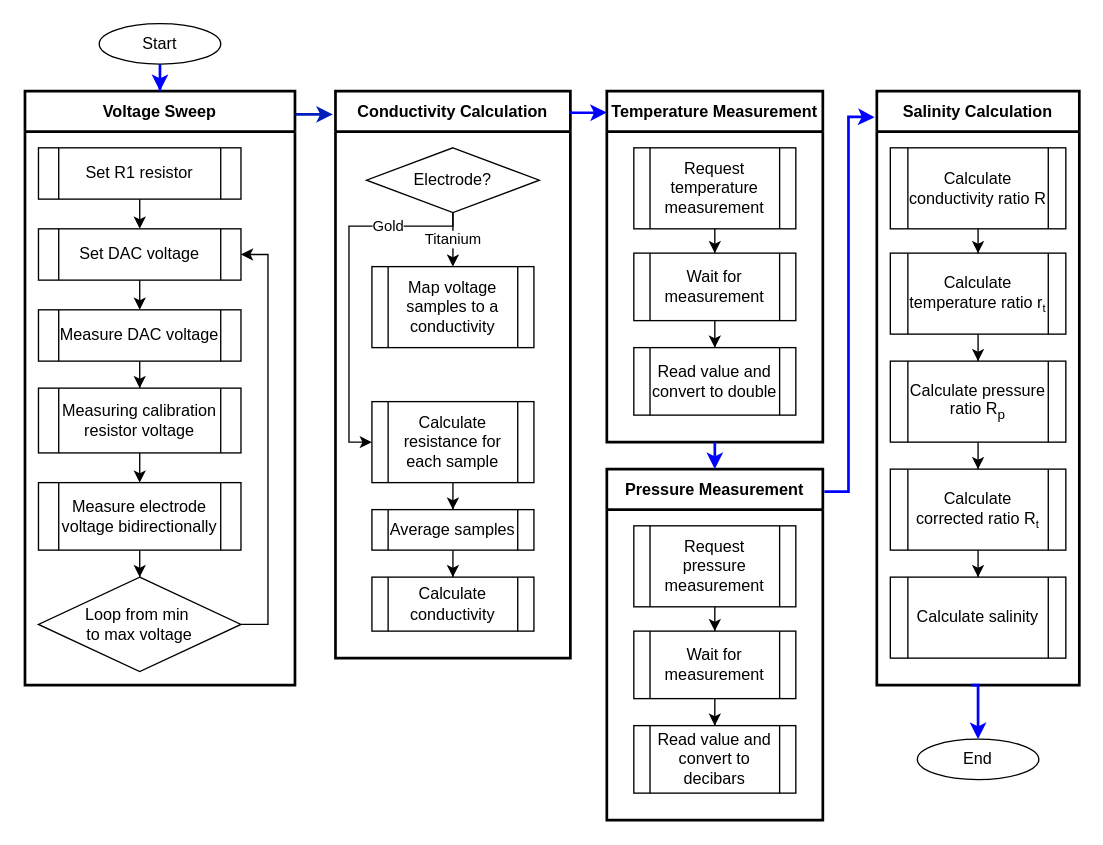
Earlier version of the draw.io diagram Report Helper Documents/probe_salinity.drawio (Carciax/EEE4022S_Salinity_JCP24-03). Source tidied: cells renumbered, new cells numbered last; positions are measured from the earlier drawing's top-left corner, leaving out a move shared by most shapes. Both pictures are drawn from the tidied source at 135%, with x=0, y=0 at pixel (24, 23).
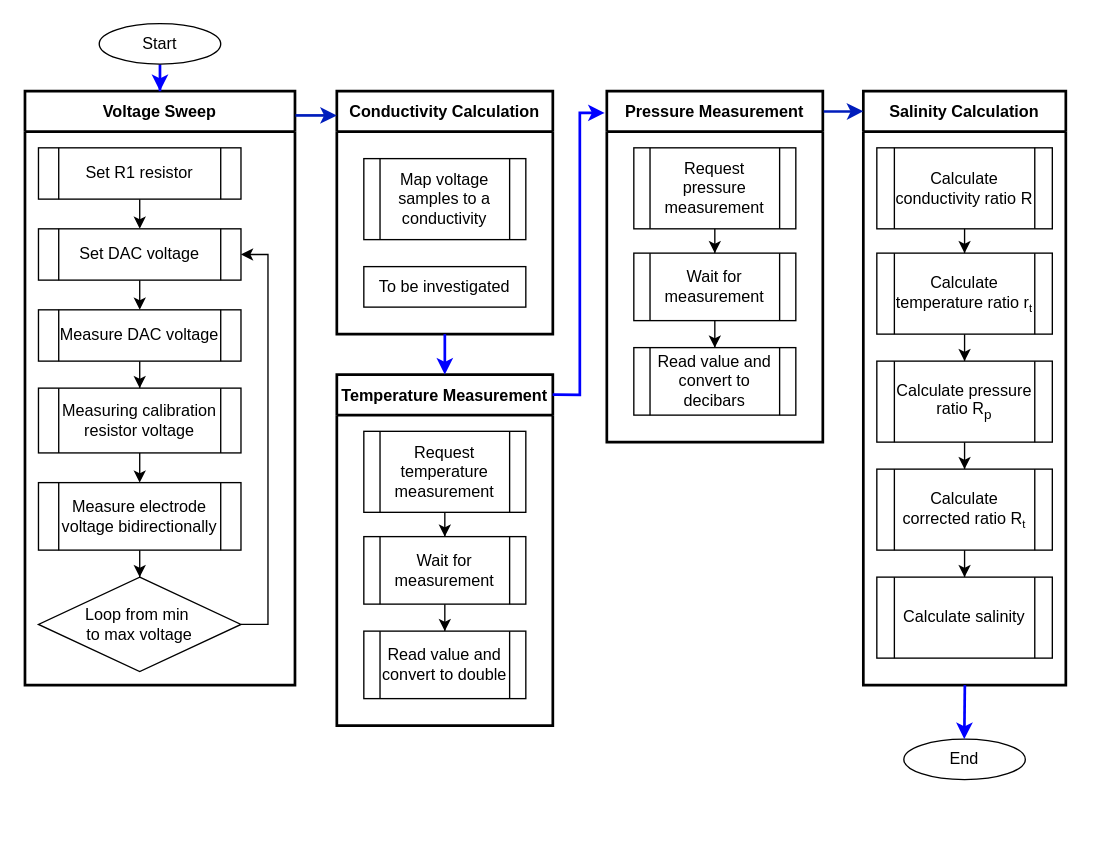
Above is the later version.

Unchanged cells that the change refers to:
```xml
<mxCell id="2" value="Voltage Sweep" style="swimlane;startSize=30;strokeWidth=2;" parent="1" vertex="1">
  <mxGeometry y="50" width="200" height="440" as="geometry" />
</mxCell>
```

The edit, as a diff of the source:
```diff
@@
     <mxCell id="15" value="Conductivity Calculation" style="swimlane;startSize=30;strokeWidth=2;" parent="1" vertex="1">
-      <mxGeometry x="230" y="50" width="174" height="420" as="geometry" />
+      <mxGeometry x="231" y="50" width="160" height="180" as="geometry" />
     </mxCell>
-    <mxCell id="16" value="Titanium" style="edgeStyle=orthogonalEdgeStyle;rounded=0;jettySize=auto;html=1;" parent="15" edge="1" source="17" target="18">
-      <mxGeometry relative="1" as="geometry" />
-    </mxCell>
-    <mxCell id="17" value="Electrode?" style="rhombus;whiteSpace=wrap;html=1;" parent="15" vertex="1">
-      <mxGeometry x="23" y="42" width="128" height="48" as="geometry" />
-    </mxCell>
     <mxCell id="18" value="Map voltage samples to a conductivity" style="shape=process;whiteSpace=wrap;html=1;backgroundOutline=1;" parent="15" vertex="1">
-      <mxGeometry x="27" y="130" width="120" height="60" as="geometry" />
+      <mxGeometry x="20" y="50" width="120" height="60" as="geometry" />
     </mxCell>
-    <mxCell id="19" value="Gold" style="edgeStyle=orthogonalEdgeStyle;rounded=0;jettySize=auto;html=1;exitX=0.5;exitY=1;exitDx=0;exitDy=0;entryX=0;entryY=0.5;entryDx=0;entryDy=0;" parent="15" edge="1" source="17" target="20">
-      <mxGeometry x="-0.56" relative="1" as="geometry">
-        <Array as="points">
-          <mxPoint x="87" y="100" />
-          <mxPoint x="10" y="100" />
-          <mxPoint x="10" y="260" />
-        </Array>
-      </mxGeometry>
-    </mxCell>
-    <mxCell id="20" value="Calculate resistance for each sample" style="shape=process;whiteSpace=wrap;html=1;backgroundOutline=1;" parent="15" vertex="1">
-      <mxGeometry x="27" y="230" width="120" height="60" as="geometry" />
-    </mxCell>
-    <mxCell id="21" style="edgeStyle=orthogonalEdgeStyle;rounded=0;jettySize=auto;html=1;" parent="15" edge="1" source="22" target="24">
-      <mxGeometry relative="1" as="geometry" />
-    </mxCell>
-    <mxCell id="22" value="Average samples" style="shape=process;whiteSpace=wrap;html=1;backgroundOutline=1;" parent="15" vertex="1">
-      <mxGeometry x="27" y="310" width="120" height="30" as="geometry" />
-    </mxCell>
-    <mxCell id="23" style="edgeStyle=orthogonalEdgeStyle;rounded=0;jettySize=auto;html=1;" parent="15" edge="1" source="20" target="22">
-      <mxGeometry relative="1" as="geometry" />
-    </mxCell>
-    <mxCell id="24" value="Calculate conductivity" style="shape=process;whiteSpace=wrap;html=1;backgroundOutline=1;" parent="15" vertex="1">
-      <mxGeometry x="27" y="360" width="120" height="40" as="geometry" />
-    </mxCell>
+    <mxCell id="55" value="To be investigated" style="whiteSpace=wrap;html=1;" parent="15" vertex="1">
+      <mxGeometry x="20" y="130" width="120" height="30" as="geometry" />
+    </mxCell>
     <mxCell id="25" value="Temperature Measurement" style="swimlane;startSize=30;strokeWidth=2;" parent="1" vertex="1">
-      <mxGeometry x="431" y="50" width="160" height="260" as="geometry" />
+      <mxGeometry x="231" y="260" width="160" height="260" as="geometry" />
     </mxCell>
@@
     <mxCell id="31" value="Salinity Calculation" style="swimlane;startSize=30;strokeWidth=2;" parent="1" vertex="1">
-      <mxGeometry x="631" y="50" width="150" height="440" as="geometry" />
+      <mxGeometry x="621" y="50" width="150" height="440" as="geometry" />
     </mxCell>
@@
-    <mxCell id="41" style="edgeStyle=orthogonalEdgeStyle;rounded=0;jettySize=auto;html=1;entryX=-0.011;entryY=0.041;entryDx=0;entryDy=0;fillColor=#0050ef;strokeColor=#001DBC;strokeWidth=2;entryPerimeter=0;exitX=1.002;exitY=0.041;exitDx=0;exitDy=0;exitPerimeter=0;" parent="1" edge="1" source="2" target="15">
+    <mxCell id="41" style="edgeStyle=orthogonalEdgeStyle;rounded=0;jettySize=auto;html=1;fillColor=#0050ef;strokeColor=#001DBC;strokeWidth=2;exitX=1.002;exitY=0.041;exitDx=0;exitDy=0;exitPerimeter=0;" parent="1" edge="1" source="2">
       <mxGeometry relative="1" as="geometry">
+        <mxPoint x="231" y="68" as="targetPoint" />
         <Array as="points">
-          <mxPoint x="228" y="68" />
+          <mxPoint x="231" y="68" />
+          <mxPoint x="231" y="68" />
         </Array>
       </mxGeometry>
     </mxCell>
     <mxCell id="42" value="Pressure Measurement" style="swimlane;startSize=30;strokeWidth=2;" parent="1" vertex="1">
-      <mxGeometry x="431" y="330" width="160" height="260" as="geometry" />
+      <mxGeometry x="431" y="50" width="160" height="260" as="geometry" />
     </mxCell>
@@
-    <mxCell id="48" style="edgeStyle=orthogonalEdgeStyle;rounded=0;jettySize=auto;html=1;entryX=0.5;entryY=0;entryDx=0;entryDy=0;strokeColor=#0000FF;strokeWidth=2;exitX=0.5;exitY=1;exitDx=0;exitDy=0;" parent="1" edge="1" source="25" target="42">
+    <mxCell id="48" style="edgeStyle=orthogonalEdgeStyle;rounded=0;jettySize=auto;html=1;entryX=-0.01;entryY=0.062;entryDx=0;entryDy=0;strokeColor=#0000FF;strokeWidth=2;exitX=0.999;exitY=0.057;exitDx=0;exitDy=0;exitPerimeter=0;entryPerimeter=0;" parent="1" edge="1" source="25" target="42">
       <mxGeometry relative="1" as="geometry">
         <Array as="points">
-          <mxPoint x="511" y="330" />
-          <mxPoint x="511" y="330" />
+          <mxPoint x="393" y="275" />
+          <mxPoint x="411" y="275" />
+          <mxPoint x="411" y="66" />
         </Array>
       </mxGeometry>
     </mxCell>
@@
-    <mxCell id="51" style="edgeStyle=orthogonalEdgeStyle;rounded=0;jettySize=auto;html=1;entryX=-0.011;entryY=0.044;entryDx=0;entryDy=0;strokeColor=#0000FF;strokeWidth=2;exitX=1.007;exitY=0.064;exitDx=0;exitDy=0;exitPerimeter=0;entryPerimeter=0;" parent="1" edge="1" source="42" target="31">
-      <mxGeometry relative="1" as="geometry">
-        <Array as="points">
-          <mxPoint x="610" y="347" />
-          <mxPoint x="610" y="69" />
-          <mxPoint x="618" y="69" />
-        </Array>
-      </mxGeometry>
-    </mxCell>
     <mxCell id="52" value="End" style="ellipse;whiteSpace=wrap;html=1;" parent="1" vertex="1">
-      <mxGeometry x="661" y="530" width="90" height="30" as="geometry" />
+      <mxGeometry x="651" y="530" width="90" height="30" as="geometry" />
     </mxCell>
-    <mxCell id="53" style="edgeStyle=orthogonalEdgeStyle;rounded=0;jettySize=auto;html=1;entryX=0.5;entryY=0;entryDx=0;entryDy=0;strokeColor=#0000FF;strokeWidth=2;" parent="1" edge="1" target="52">
+    <mxCell id="53" style="edgeStyle=orthogonalEdgeStyle;rounded=0;orthogonalLoop=1;jettySize=auto;html=1;entryX=0.5;entryY=0;entryDx=0;entryDy=0;strokeColor=#0000FF;strokeWidth=2;" parent="1" edge="1">
       <mxGeometry relative="1" as="geometry">
-        <mxPoint x="701" y="490" as="sourcePoint" />
+        <mxPoint x="696.2" y="490" as="sourcePoint" />
+        <mxPoint x="695.8" y="530" as="targetPoint" />
         <Array as="points">
-          <mxPoint x="706" y="490" />
+          <mxPoint x="695.8" y="490" />
         </Array>
       </mxGeometry>
     </mxCell>
-    <mxCell id="54" style="edgeStyle=orthogonalEdgeStyle;rounded=0;jettySize=auto;html=1;exitX=1.002;exitY=0.035;exitDx=0;exitDy=0;exitPerimeter=0;entryX=0;entryY=0.061;entryDx=0;entryDy=0;entryPerimeter=0;strokeWidth=2;strokeColor=#0000FF;" parent="1" edge="1" source="15" target="25">
+    <mxCell id="54" style="edgeStyle=orthogonalEdgeStyle;rounded=0;jettySize=auto;html=1;entryX=0.5;entryY=0;entryDx=0;entryDy=0;strokeWidth=2;strokeColor=#0000FF;exitX=0.5;exitY=1;exitDx=0;exitDy=0;" parent="1" edge="1" source="15" target="25">
       <mxGeometry relative="1" as="geometry">
         <Array as="points">
-          <mxPoint x="420" y="66" />
-          <mxPoint x="420" y="66" />
+          <mxPoint x="311" y="250" />
+          <mxPoint x="311" y="250" />
         </Array>
       </mxGeometry>
     </mxCell>
+    <mxCell id="56" style="edgeStyle=orthogonalEdgeStyle;rounded=0;jettySize=auto;html=1;fillColor=#0050ef;strokeColor=#001DBC;strokeWidth=2;exitX=1.004;exitY=0.058;exitDx=0;exitDy=0;exitPerimeter=0;" parent="1" edge="1" source="42">
+      <mxGeometry relative="1" as="geometry">
+        <mxPoint x="621" y="65" as="targetPoint" />
+        <Array as="points">
+          <mxPoint x="611" y="65" />
+          <mxPoint x="611" y="65" />
+        </Array>
+      </mxGeometry>
+    </mxCell>
```
